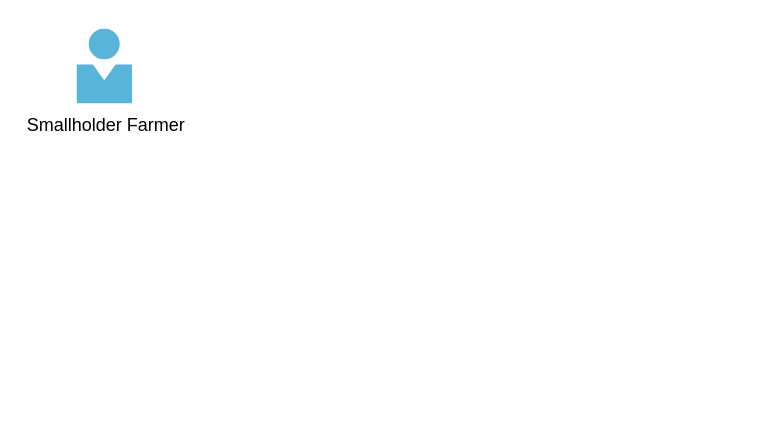
Above: Final Year Project.drawio in Knowledge832/Final-Year-Project-2023 (draw.io), before the change. Source tidied: cells renumbered, new cells numbered last; positions are measured from the earlier drawing's top-left corner, leaving out a move shared by most shapes. Both pictures are drawn from the tidied source at 150%, with x=0, y=0 at pixel (76, 28). Pictures stored in the file or linked from it are replaced by grey dashed boxes.
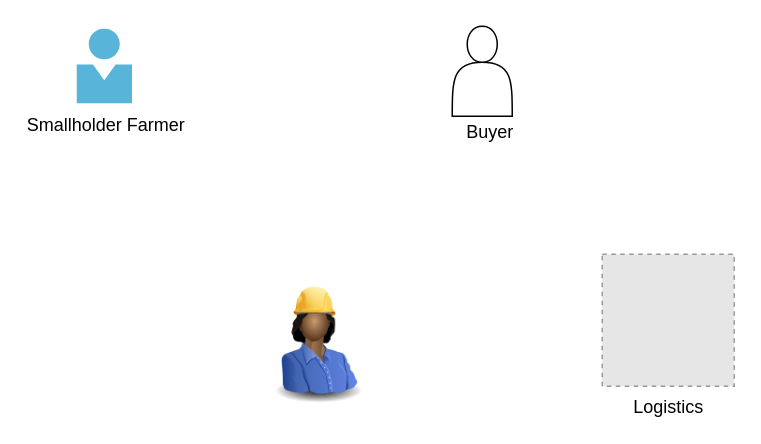
Above is the later version.

Change to the diagram source:
```diff
@@
 <mxGraphModel>
   <root>
     <mxCell id="0" />
     <mxCell id="1" parent="0" />
     <mxCell id="2" value="Smallholder Farmer" style="image;sketch=0;html=1;align=center;fontSize=12;image=img/lib/mscae/Person.svg;" parent="1" vertex="1">
       <mxGeometry width="37" height="50" as="geometry" />
     </mxCell>
+    <mxCell id="3" style="shape=actor;whiteSpace=wrap;html=1;" parent="1" vertex="1">
+      <mxGeometry x="250" y="-2" width="40" height="60" as="geometry" />
+    </mxCell>
+    <mxCell id="4" value="Buyer" style="text;html=1;align=center;verticalAlign=middle;strokeColor=none;fillColor=none;" parent="1" vertex="1">
+      <mxGeometry x="250" y="54" width="50" height="30" as="geometry" />
+    </mxCell>
+    <mxCell id="5" value="Logistics" style="fillColor=#E6E6E6;strokeColor=#999999;dashed=1;html=1;verticalAlign=top;verticalLabelPosition=bottom;labelBackgroundColor=#ffffff;" parent="1" vertex="1">
+      <mxGeometry x="350" y="150" width="88" height="88" as="geometry" />
+    </mxCell>
+    <mxCell id="6" style="image;html=1;image=img/lib/clip_art/people/Construction_Worker_Woman_Black_128x128.png;" parent="1" vertex="1">
+      <mxGeometry x="120" y="170" width="80" height="80" as="geometry" />
+    </mxCell>
   </root>
 </mxGraphModel>
```
